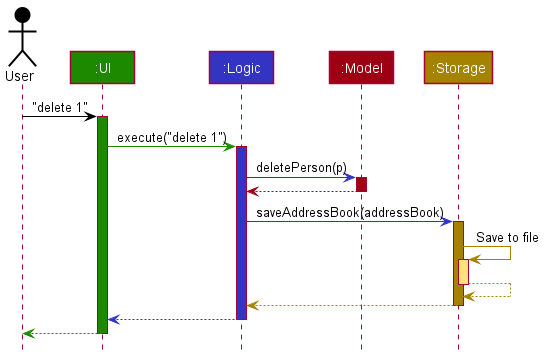
Earlier version of the PlantUML export docs/images/ArchitectureSequenceDiagram.png (yzhilong/tp).
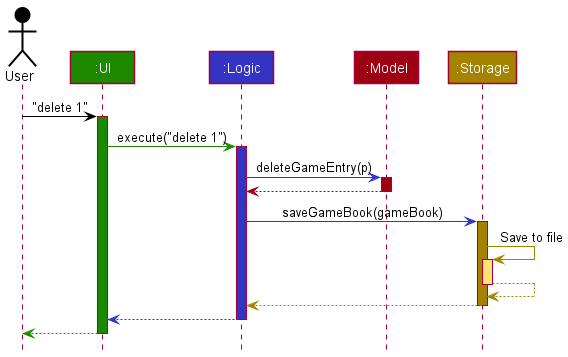
After the change.

Change to the diagram source:
```diff
@@ -13,13 +13,13 @@
 ui -[UI_COLOR]> logic : execute("delete 1")
 activate logic LOGIC_COLOR
 
-logic -[LOGIC_COLOR]> model : deletePerson(p)
+logic -[LOGIC_COLOR]> model : deleteGameEntry(p)
 activate model MODEL_COLOR
 
 model -[MODEL_COLOR]-> logic
 deactivate model
 
-logic -[LOGIC_COLOR]> storage : saveAddressBook(addressBook)
+logic -[LOGIC_COLOR]> storage : saveGameBook(gameBook)
 activate storage STORAGE_COLOR
 
 storage -[STORAGE_COLOR]> storage : Save to file
```
